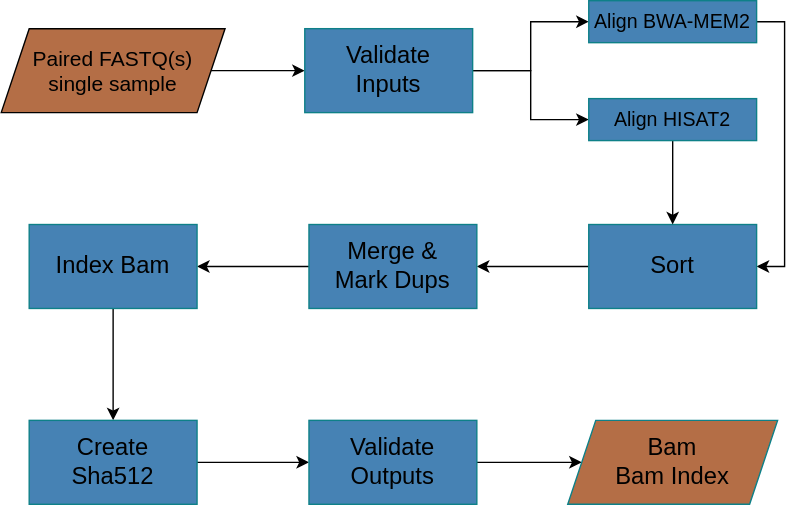
uclahs-cds/pipeline-align-DNA keeps this draw.io diagram as flowchart-diagram.drawio.svg. Above is the earlier version. Source tidied: cells renumbered, new cells last; positions are measured from the earlier drawing's top-left corner, leaving out a move shared by most shapes.
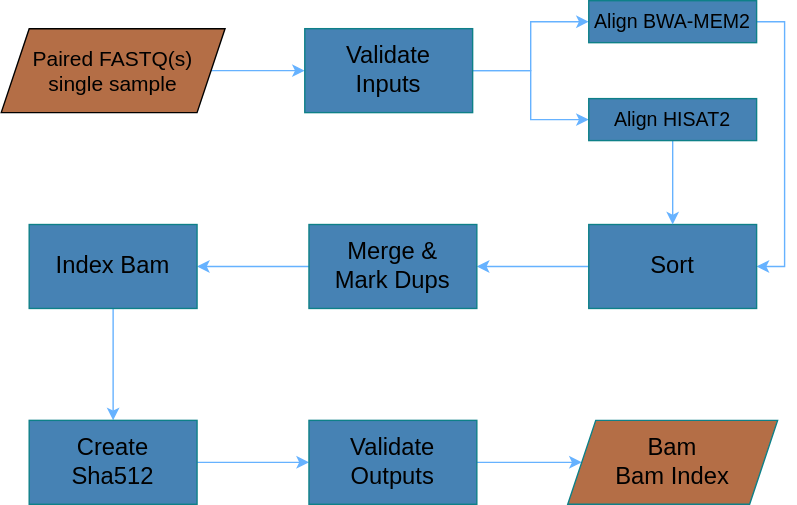
The same diagram one commit later.

Commit message:
Change flowchart arrow color for visibility

Change to the diagram source:
```diff
@@ -2,52 +2,52 @@
   <root>
     <mxCell id="0" />
     <mxCell id="1" parent="0" />
-    <mxCell id="2" style="edgeStyle=orthogonalEdgeStyle;rounded=0;jettySize=auto;html=1;labelBackgroundColor=#FFFFFF;labelBorderColor=#FFFFFF;fillColor=#f9f7ed;strokeColor=#000000;" parent="1" edge="1" source="3" target="6">
+    <mxCell id="2" style="edgeStyle=orthogonalEdgeStyle;rounded=0;jettySize=auto;html=1;labelBackgroundColor=#FFFFFF;labelBorderColor=#FFFFFF;fillColor=#f9f7ed;strokeColor=#66B2FF;" parent="1" edge="1" source="3" target="6">
       <mxGeometry relative="1" as="geometry" />
     </mxCell>
     <mxCell id="3" value="Paired FASTQ(s)&lt;br style=&quot;font-size: 15px;&quot;&gt;single sample" style="shape=parallelogram;perimeter=parallelogramPerimeter;whiteSpace=wrap;html=1;fixedSize=1;fontSize=15;fillColor=#B46E46;" parent="1" vertex="1">
       <mxGeometry y="20" width="160" height="60" as="geometry" />
     </mxCell>
-    <mxCell id="4" style="edgeStyle=orthogonalEdgeStyle;rounded=0;jettySize=auto;html=1;fontSize=15;strokeColor=#000000;" parent="1" edge="1" source="6" target="8">
+    <mxCell id="4" style="edgeStyle=orthogonalEdgeStyle;rounded=0;jettySize=auto;html=1;fontSize=15;strokeColor=#66B2FF;" parent="1" edge="1" source="6" target="8">
       <mxGeometry relative="1" as="geometry" />
     </mxCell>
-    <mxCell id="5" style="edgeStyle=orthogonalEdgeStyle;rounded=0;jettySize=auto;html=1;exitX=1;exitY=0.5;exitDx=0;exitDy=0;entryX=0;entryY=0.5;entryDx=0;entryDy=0;fontColor=#ffffff;strokeColor=#000000;" parent="1" edge="1" source="6" target="21">
+    <mxCell id="5" style="edgeStyle=orthogonalEdgeStyle;rounded=0;jettySize=auto;html=1;exitX=1;exitY=0.5;exitDx=0;exitDy=0;entryX=0;entryY=0.5;entryDx=0;entryDy=0;fontColor=#ffffff;strokeColor=#66B2FF;" parent="1" edge="1" source="6" target="21">
       <mxGeometry relative="1" as="geometry" />
     </mxCell>
     <mxCell id="6" value="Validate&lt;br style=&quot;font-size: 17px;&quot;&gt;Inputs" style="whiteSpace=wrap;html=1;strokeColor=#0e8088;fillColor=#4682B4;fontSize=17;" parent="1" vertex="1">
       <mxGeometry x="217" y="20" width="120" height="60" as="geometry" />
     </mxCell>
-    <mxCell id="7" style="edgeStyle=orthogonalEdgeStyle;rounded=0;jettySize=auto;html=1;exitX=1;exitY=0.5;exitDx=0;exitDy=0;entryX=1;entryY=0.5;entryDx=0;entryDy=0;strokeColor=#000000;" parent="1" edge="1" source="8" target="10">
+    <mxCell id="7" style="edgeStyle=orthogonalEdgeStyle;rounded=0;jettySize=auto;html=1;exitX=1;exitY=0.5;exitDx=0;exitDy=0;entryX=1;entryY=0.5;entryDx=0;entryDy=0;strokeColor=#66B2FF;" parent="1" edge="1" source="8" target="10">
       <mxGeometry relative="1" as="geometry" />
     </mxCell>
     <mxCell id="8" value="&lt;font style=&quot;font-size: 14px&quot;&gt;Align BWA-MEM2&lt;/font&gt;" style="whiteSpace=wrap;html=1;fontSize=17;strokeColor=#0e8088;fillColor=#4682B4;" parent="1" vertex="1">
       <mxGeometry x="420" width="120" height="30" as="geometry" />
     </mxCell>
-    <mxCell id="9" style="edgeStyle=orthogonalEdgeStyle;rounded=0;jettySize=auto;html=1;fontSize=17;strokeColor=#000000;" parent="1" edge="1" source="10" target="12">
+    <mxCell id="9" style="edgeStyle=orthogonalEdgeStyle;rounded=0;jettySize=auto;html=1;fontSize=17;strokeColor=#66B2FF;" parent="1" edge="1" source="10" target="12">
       <mxGeometry relative="1" as="geometry" />
     </mxCell>
     <mxCell id="10" value="Sort" style="whiteSpace=wrap;html=1;fontSize=17;strokeColor=#0e8088;fillColor=#4682B4;" parent="1" vertex="1">
       <mxGeometry x="420" y="160" width="120" height="60" as="geometry" />
     </mxCell>
-    <mxCell id="11" style="edgeStyle=orthogonalEdgeStyle;rounded=0;jettySize=auto;html=1;fontSize=17;strokeColor=#000000;" parent="1" edge="1" source="12" target="14">
+    <mxCell id="11" style="edgeStyle=orthogonalEdgeStyle;rounded=0;jettySize=auto;html=1;fontSize=17;strokeColor=#66B2FF;" parent="1" edge="1" source="12" target="14">
       <mxGeometry relative="1" as="geometry" />
     </mxCell>
     <mxCell id="12" value="Merge &amp;amp;&lt;br&gt;Mark Dups" style="whiteSpace=wrap;html=1;fontSize=17;strokeColor=#0e8088;fillColor=#4682B4;" parent="1" vertex="1">
       <mxGeometry x="220" y="160" width="120" height="60" as="geometry" />
     </mxCell>
-    <mxCell id="13" style="edgeStyle=orthogonalEdgeStyle;rounded=0;jettySize=auto;html=1;fontSize=17;strokeColor=#000000;" parent="1" edge="1" source="14" target="16">
+    <mxCell id="13" style="edgeStyle=orthogonalEdgeStyle;rounded=0;jettySize=auto;html=1;fontSize=17;strokeColor=#66B2FF;" parent="1" edge="1" source="14" target="16">
       <mxGeometry relative="1" as="geometry" />
     </mxCell>
     <mxCell id="14" value="Index Bam" style="whiteSpace=wrap;html=1;fontSize=17;strokeColor=#0e8088;fillColor=#4682B4;" parent="1" vertex="1">
       <mxGeometry x="20" y="160" width="120" height="60" as="geometry" />
     </mxCell>
-    <mxCell id="15" style="edgeStyle=orthogonalEdgeStyle;rounded=0;jettySize=auto;html=1;fontSize=17;strokeColor=#000000;" parent="1" edge="1" source="16" target="18">
+    <mxCell id="15" style="edgeStyle=orthogonalEdgeStyle;rounded=0;jettySize=auto;html=1;fontSize=17;strokeColor=#66B2FF;" parent="1" edge="1" source="16" target="18">
       <mxGeometry relative="1" as="geometry" />
     </mxCell>
     <mxCell id="16" value="Create&lt;br&gt;Sha512" style="whiteSpace=wrap;html=1;fontSize=17;strokeColor=#0e8088;fillColor=#4682B4;" parent="1" vertex="1">
       <mxGeometry x="20" y="300" width="120" height="60" as="geometry" />
     </mxCell>
-    <mxCell id="17" style="edgeStyle=orthogonalEdgeStyle;rounded=0;jettySize=auto;html=1;fontSize=17;strokeColor=#000000;" parent="1" edge="1" source="18" target="19">
+    <mxCell id="17" style="edgeStyle=orthogonalEdgeStyle;rounded=0;jettySize=auto;html=1;fontSize=17;strokeColor=#66B2FF;" parent="1" edge="1" source="18" target="19">
       <mxGeometry relative="1" as="geometry" />
     </mxCell>
     <mxCell id="18" value="Validate&lt;br&gt;Outputs" style="whiteSpace=wrap;html=1;fontSize=17;strokeColor=#0e8088;fillColor=#4682B4;" parent="1" vertex="1">
@@ -56,7 +56,7 @@
     <mxCell id="19" value="Bam&lt;br&gt;Bam Index" style="shape=parallelogram;perimeter=parallelogramPerimeter;whiteSpace=wrap;html=1;fixedSize=1;fontSize=17;strokeColor=#0e8088;fillColor=#b46e46;" parent="1" vertex="1">
       <mxGeometry x="405" y="300" width="150" height="60" as="geometry" />
     </mxCell>
-    <mxCell id="20" style="edgeStyle=orthogonalEdgeStyle;rounded=0;jettySize=auto;html=1;exitX=0.5;exitY=1;exitDx=0;exitDy=0;entryX=0.5;entryY=0;entryDx=0;entryDy=0;fontColor=#ffffff;strokeColor=#000000;" parent="1" edge="1" source="21" target="10">
+    <mxCell id="20" style="edgeStyle=orthogonalEdgeStyle;rounded=0;jettySize=auto;html=1;exitX=0.5;exitY=1;exitDx=0;exitDy=0;entryX=0.5;entryY=0;entryDx=0;entryDy=0;fontColor=#ffffff;strokeColor=#66B2FF;" parent="1" edge="1" source="21" target="10">
       <mxGeometry relative="1" as="geometry" />
     </mxCell>
     <mxCell id="21" value="&lt;font style=&quot;font-size: 14px&quot;&gt;Align HISAT2&lt;/font&gt;" style="whiteSpace=wrap;html=1;fontSize=17;strokeColor=#0e8088;fillColor=#4682B4;" parent="1" vertex="1">
```
